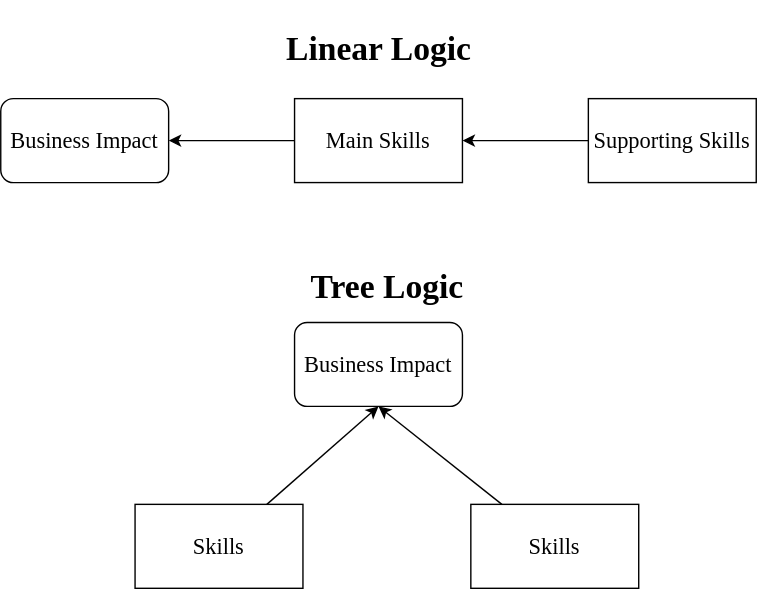
Before: logic chain.svg, a diagram exported from draw.io (ZacksAmber/Flowcharts). Source tidied: cells renumbered, new cells last; positions are measured from the earlier drawing's top-left corner, leaving out a move shared by most shapes. Its diagram source:
```xml
<mxGraphModel>
  <root>
    <mxCell id="0" />
    <mxCell id="1" parent="0" />
    <mxCell id="2" value="&lt;font style=&quot;font-size: 16px;&quot; face=&quot;Lucida Console&quot;&gt;Business Impact&lt;/font&gt;" style="rounded=1;whiteSpace=wrap;html=1;" parent="1" vertex="1">
      <mxGeometry y="70" width="120" height="60" as="geometry" />
    </mxCell>
    <mxCell id="3" style="edgeStyle=orthogonalEdgeStyle;rounded=0;jettySize=auto;html=1;" parent="1" edge="1" source="4" target="2">
      <mxGeometry relative="1" as="geometry" />
    </mxCell>
    <mxCell id="4" value="&lt;font style=&quot;font-size: 16px;&quot; face=&quot;Lucida Console&quot;&gt;Main Skills&lt;/font&gt;" style="rounded=0;whiteSpace=wrap;html=1;" parent="1" vertex="1">
      <mxGeometry x="210" y="70" width="120" height="60" as="geometry" />
    </mxCell>
    <mxCell id="5" style="edgeStyle=orthogonalEdgeStyle;rounded=0;jettySize=auto;html=1;" parent="1" edge="1" source="6" target="4">
      <mxGeometry relative="1" as="geometry" />
    </mxCell>
    <mxCell id="6" value="&lt;font style=&quot;font-size: 16px;&quot; face=&quot;Lucida Console&quot;&gt;Supporting Skills&lt;/font&gt;" style="rounded=0;whiteSpace=wrap;html=1;" parent="1" vertex="1">
      <mxGeometry x="420" y="70" width="120" height="60" as="geometry" />
    </mxCell>
    <mxCell id="7" value="&lt;h1&gt;&lt;font face=&quot;Lucida Console&quot;&gt;Linear Logic&lt;/font&gt;&lt;/h1&gt;" style="text;html=1;align=center;verticalAlign=middle;strokeColor=none;fillColor=none;fontFamily=Lucida Console;" parent="1" vertex="1">
      <mxGeometry x="190" width="160" height="70" as="geometry" />
    </mxCell>
    <mxCell id="8" value="&lt;font style=&quot;font-size: 16px;&quot; face=&quot;Lucida Console&quot;&gt;Business Impact&lt;/font&gt;" style="rounded=1;whiteSpace=wrap;html=1;" parent="1" vertex="1">
      <mxGeometry x="210" y="230" width="120" height="60" as="geometry" />
    </mxCell>
    <mxCell id="9" value="&lt;font style=&quot;font-size: 16px;&quot; face=&quot;Lucida Console&quot;&gt;Skills&lt;/font&gt;" style="rounded=0;whiteSpace=wrap;html=1;" parent="1" vertex="1">
      <mxGeometry x="96" y="360" width="120" height="60" as="geometry" />
    </mxCell>
    <mxCell id="10" style="rounded=0;jettySize=auto;html=1;entryX=0.5;entryY=1;entryDx=0;entryDy=0;" parent="1" edge="1" source="11" target="8">
      <mxGeometry relative="1" as="geometry" />
    </mxCell>
    <mxCell id="11" value="&lt;font style=&quot;font-size: 16px;&quot; face=&quot;Lucida Console&quot;&gt;Skills&lt;/font&gt;" style="rounded=0;whiteSpace=wrap;html=1;" parent="1" vertex="1">
      <mxGeometry x="336" y="360" width="120" height="60" as="geometry" />
    </mxCell>
    <mxCell id="12" style="rounded=0;jettySize=auto;html=1;entryX=0.5;entryY=1;entryDx=0;entryDy=0;" parent="1" edge="1" source="9" target="8">
      <mxGeometry relative="1" as="geometry" />
    </mxCell>
    <mxCell id="13" value="&lt;h1&gt;&lt;font face=&quot;Lucida Console&quot;&gt;Tree Logic&lt;/font&gt;&lt;/h1&gt;" style="text;html=1;align=center;verticalAlign=middle;strokeColor=none;fillColor=none;fontFamily=Lucida Console;" parent="1" vertex="1">
      <mxGeometry x="211" y="170" width="130" height="70" as="geometry" />
    </mxCell>
  </root>
</mxGraphModel>
```
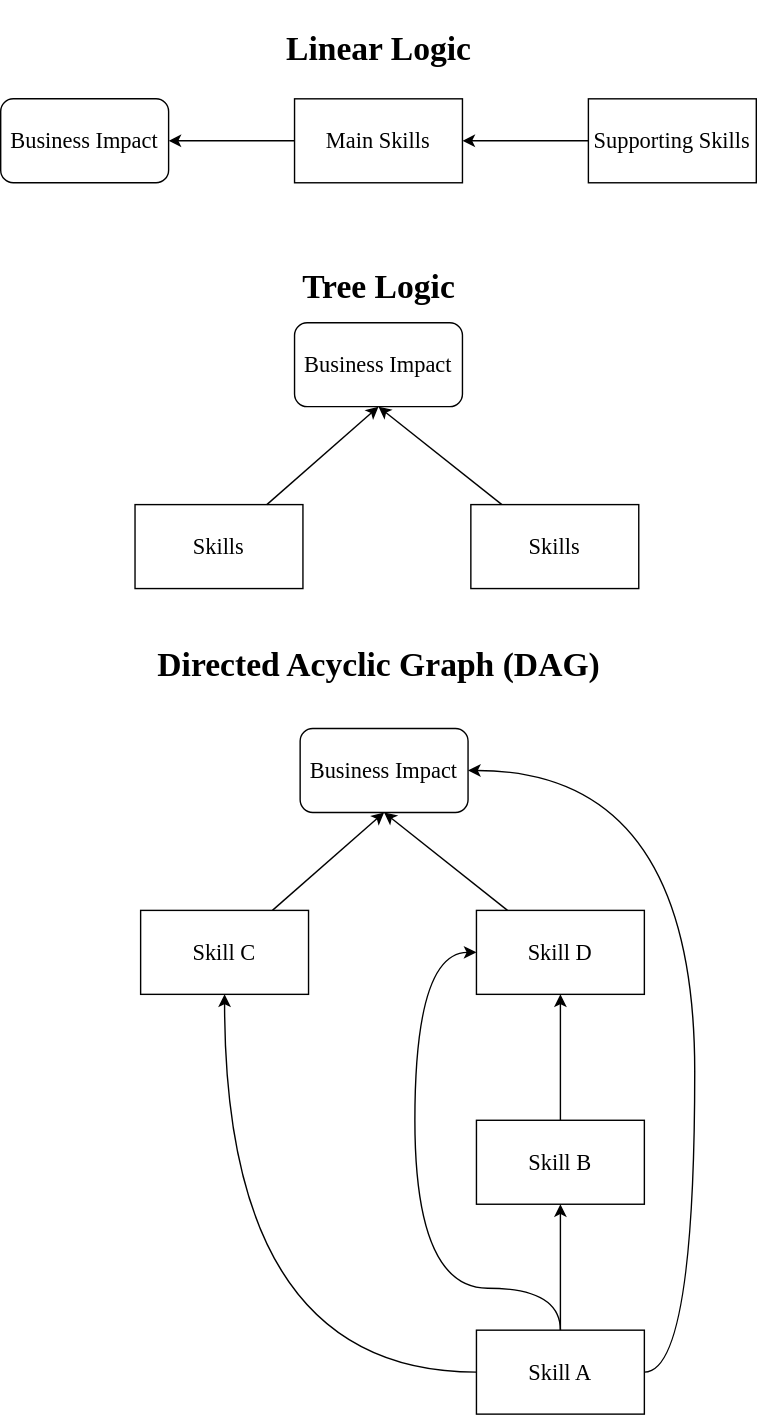
Later version of the same file.

Change to the diagram source:
```diff
@@ -36,7 +36,57 @@
       <mxGeometry relative="1" as="geometry" />
     </mxCell>
     <mxCell id="13" value="&lt;h1&gt;&lt;font face=&quot;Lucida Console&quot;&gt;Tree Logic&lt;/font&gt;&lt;/h1&gt;" style="text;html=1;align=center;verticalAlign=middle;strokeColor=none;fillColor=none;fontFamily=Lucida Console;" parent="1" vertex="1">
-      <mxGeometry x="211" y="170" width="130" height="70" as="geometry" />
+      <mxGeometry x="205" y="170" width="130" height="70" as="geometry" />
     </mxCell>
+    <mxCell id="14" value="&lt;h1&gt;&lt;font face=&quot;Lucida Console&quot;&gt;Directed Acyclic Graph (DAG)&lt;/font&gt;&lt;/h1&gt;" style="text;html=1;align=center;verticalAlign=middle;strokeColor=none;fillColor=none;fontFamily=Lucida Console;" parent="1" vertex="1">
+      <mxGeometry x="100" y="440" width="340" height="70" as="geometry" />
+    </mxCell>
+    <mxCell id="15" value="&lt;font style=&quot;font-size: 16px;&quot; face=&quot;Lucida Console&quot;&gt;Business Impact&lt;/font&gt;" style="rounded=1;whiteSpace=wrap;html=1;" parent="1" vertex="1">
+      <mxGeometry x="214" y="520" width="120" height="60" as="geometry" />
+    </mxCell>
+    <mxCell id="16" value="&lt;font style=&quot;font-size: 16px;&quot; face=&quot;Lucida Console&quot;&gt;Skill C&lt;/font&gt;" style="rounded=0;whiteSpace=wrap;html=1;" parent="1" vertex="1">
+      <mxGeometry x="100" y="650" width="120" height="60" as="geometry" />
+    </mxCell>
+    <mxCell id="17" style="rounded=0;jettySize=auto;html=1;entryX=0.5;entryY=1;entryDx=0;entryDy=0;" parent="1" edge="1" source="18" target="15">
+      <mxGeometry relative="1" as="geometry" />
+    </mxCell>
+    <mxCell id="18" value="&lt;font style=&quot;font-size: 16px;&quot; face=&quot;Lucida Console&quot;&gt;Skill D&lt;/font&gt;" style="rounded=0;whiteSpace=wrap;html=1;" parent="1" vertex="1">
+      <mxGeometry x="340" y="650" width="120" height="60" as="geometry" />
+    </mxCell>
+    <mxCell id="19" style="rounded=0;jettySize=auto;html=1;entryX=0.5;entryY=1;entryDx=0;entryDy=0;" parent="1" edge="1" source="16" target="15">
+      <mxGeometry relative="1" as="geometry" />
+    </mxCell>
+    <mxCell id="20" style="edgeStyle=orthogonalEdgeStyle;rounded=0;jettySize=auto;html=1;entryX=0.5;entryY=1;entryDx=0;entryDy=0;" parent="1" edge="1" source="21" target="18">
+      <mxGeometry relative="1" as="geometry" />
+    </mxCell>
+    <mxCell id="21" value="&lt;font style=&quot;font-size: 16px;&quot; face=&quot;Lucida Console&quot;&gt;Skill B&lt;/font&gt;" style="rounded=0;whiteSpace=wrap;html=1;" parent="1" vertex="1">
+      <mxGeometry x="340" y="800" width="120" height="60" as="geometry" />
+    </mxCell>
+    <mxCell id="22" style="edgeStyle=orthogonalEdgeStyle;rounded=0;jettySize=auto;html=1;entryX=0.5;entryY=1;entryDx=0;entryDy=0;" parent="1" edge="1" source="26" target="21">
+      <mxGeometry relative="1" as="geometry" />
+    </mxCell>
+    <mxCell id="23" style="rounded=0;jettySize=auto;html=1;entryX=0.5;entryY=1;entryDx=0;entryDy=0;exitX=0;exitY=0.5;exitDx=0;exitDy=0;edgeStyle=orthogonalEdgeStyle;curved=1;" parent="1" edge="1" source="26" target="16">
+      <mxGeometry relative="1" as="geometry" />
+    </mxCell>
+    <mxCell id="24" style="rounded=0;jettySize=auto;html=1;entryX=0;entryY=0.5;entryDx=0;entryDy=0;edgeStyle=orthogonalEdgeStyle;curved=1;" parent="1" edge="1" source="26" target="18">
+      <mxGeometry relative="1" as="geometry">
+        <Array as="points">
+          <mxPoint x="400" y="920" />
+          <mxPoint x="296" y="920" />
+          <mxPoint x="296" y="680" />
+        </Array>
+      </mxGeometry>
+    </mxCell>
+    <mxCell id="25" style="edgeStyle=orthogonalEdgeStyle;rounded=0;jettySize=auto;html=1;exitX=1;exitY=0.5;exitDx=0;exitDy=0;entryX=1;entryY=0.5;entryDx=0;entryDy=0;curved=1;" parent="1" edge="1" source="26" target="15">
+      <mxGeometry relative="1" as="geometry">
+        <Array as="points">
+          <mxPoint x="496" y="980" />
+          <mxPoint x="496" y="550" />
+        </Array>
+      </mxGeometry>
+    </mxCell>
+    <mxCell id="26" value="&lt;font style=&quot;font-size: 16px;&quot; face=&quot;Lucida Console&quot;&gt;Skill A&lt;/font&gt;" style="rounded=0;whiteSpace=wrap;html=1;" parent="1" vertex="1">
+      <mxGeometry x="340" y="950" width="120" height="60" as="geometry" />
+    </mxCell>
   </root>
 </mxGraphModel>
```
